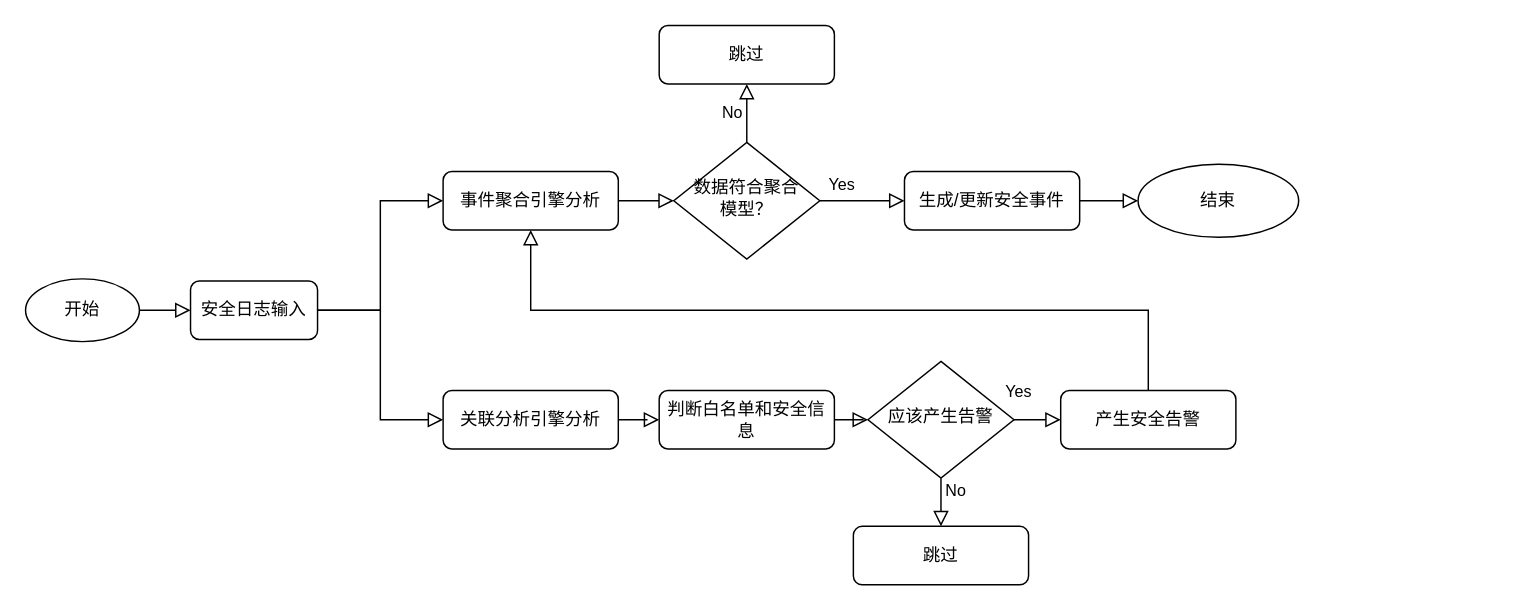
Above: control-flow-chart.drawio in popvlovs/popvlovs-repository (draw.io), before the change. Source tidied: cells renumbered, new cells numbered last; positions are measured from the earlier drawing's top-left corner, leaving out a move shared by most shapes. Both pictures are drawn from the tidied source at 146%, with x=0, y=0 at pixel (25, 25).
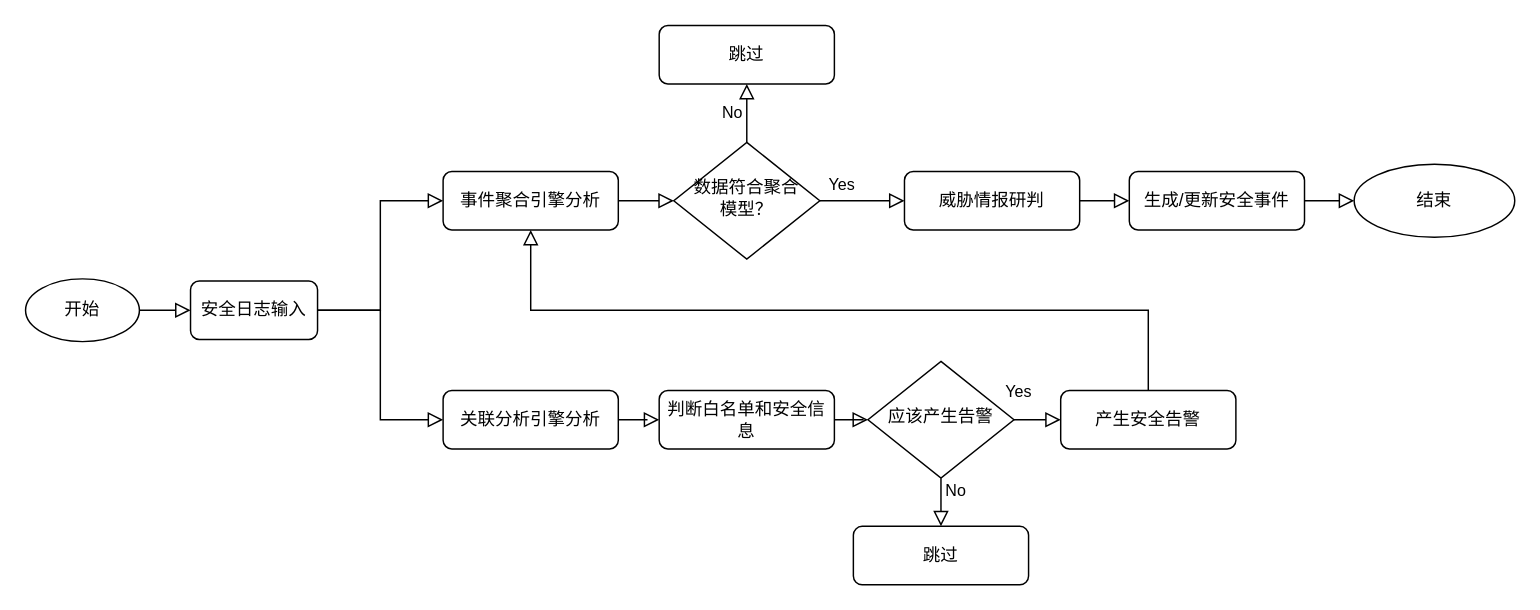
The same page after the edit.

What changed in the source:
```diff
@@
-    <mxCell id="14" style="edgeStyle=orthogonalEdgeStyle;shape=connector;rounded=0;jettySize=auto;html=1;shadow=0;labelBackgroundColor=none;fontFamily=Helvetica;fontSize=11;fontColor=default;endArrow=block;endFill=0;endSize=8;strokeColor=default;strokeWidth=1;" parent="1" edge="1" source="15" target="16">
-      <mxGeometry relative="1" as="geometry" />
-    </mxCell>
+    <mxCell id="30" style="edgeStyle=orthogonalEdgeStyle;shape=connector;rounded=0;jettySize=auto;html=1;shadow=0;labelBackgroundColor=none;fontFamily=Helvetica;fontSize=11;fontColor=default;endArrow=block;endFill=0;endSize=8;strokeColor=default;strokeWidth=1;" parent="1" edge="1" source="15" target="32">
+      <mxGeometry relative="1" as="geometry" />
+    </mxCell>
-    <mxCell id="15" value="生成/更新安全事件" style="rounded=1;whiteSpace=wrap;html=1;fontSize=12;glass=0;strokeWidth=1;shadow=0;" parent="1" vertex="1">
+    <mxCell id="15" value="威胁情报研判" style="rounded=1;whiteSpace=wrap;html=1;fontSize=12;glass=0;strokeWidth=1;shadow=0;" parent="1" vertex="1">
       <mxGeometry x="602" y="100" width="120" height="40" as="geometry" />
     </mxCell>
     <mxCell id="16" value="结束" style="ellipse;whiteSpace=wrap;html=1;" parent="1" vertex="1">
-      <mxGeometry x="762" y="95" width="110" height="50" as="geometry" />
+      <mxGeometry x="910" y="95" width="110" height="50" as="geometry" />
     </mxCell>
@@
+    <mxCell id="31" style="edgeStyle=orthogonalEdgeStyle;shape=connector;rounded=0;jettySize=auto;html=1;shadow=0;labelBackgroundColor=none;fontFamily=Helvetica;fontSize=11;fontColor=default;endArrow=block;endFill=0;endSize=8;strokeColor=default;strokeWidth=1;" parent="1" edge="1" source="32" target="16">
+      <mxGeometry relative="1" as="geometry" />
+    </mxCell>
+    <mxCell id="32" value="生成/更新安全事件" style="rounded=1;whiteSpace=wrap;html=1;fontSize=12;glass=0;strokeWidth=1;shadow=0;" parent="1" vertex="1">
+      <mxGeometry x="756" y="100" width="120" height="40" as="geometry" />
+    </mxCell>
```
